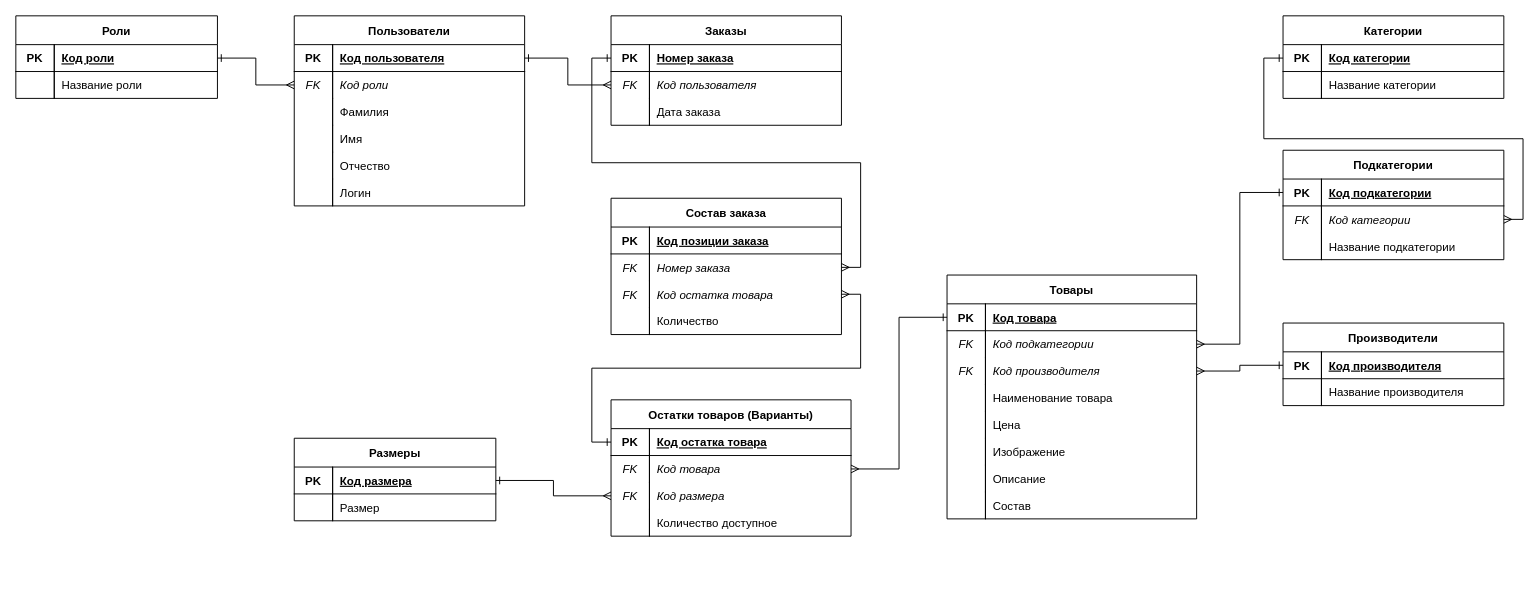
This is 3nf_new2.drawio from Amina1368/kazakbaeva-amina-software-modules, a draw.io file, before an edit. Source tidied: cells renumbered, new cells numbered last; positions are measured from the earlier drawing's top-left corner, leaving out a move shared by most shapes. Both pictures are drawn from the tidied source at 96%, with x=0, y=0 at pixel (15, 15).
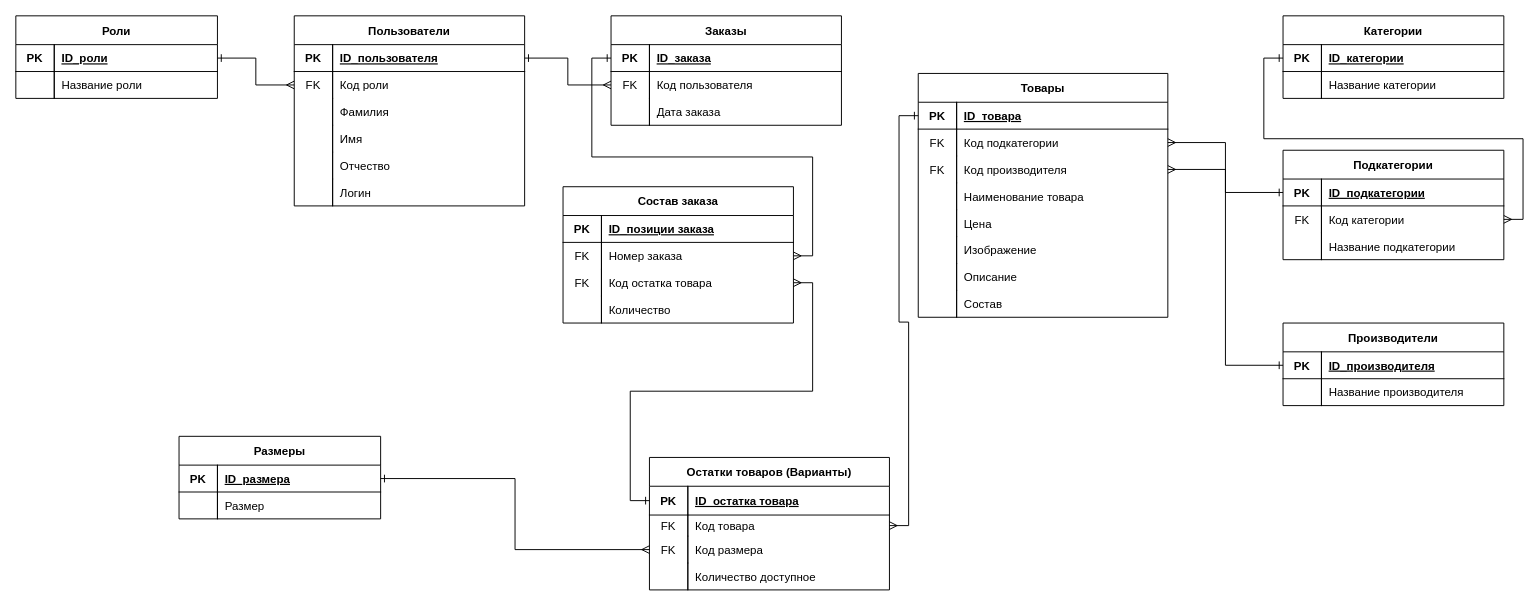
Above is the later version.

The change refers to these unchanged cells:
```xml
<mxCell id="3" style="shape=tableRow;horizontal=0;startSize=0;swimlaneHead=0;swimlaneBody=0;fillColor=none;points=[[0,0.5],[1,0.5]];portConstraint=eastwest;top=0;left=0;right=0;bottom=1;strokeColor=#000000;" parent="2" vertex="1">
  <mxGeometry y="30" width="210" height="28" as="geometry" />
</mxCell>
<mxCell id="10" style="shape=tableRow;horizontal=0;startSize=0;swimlaneHead=0;swimlaneBody=0;fillColor=none;points=[[0,0.5],[1,0.5]];portConstraint=eastwest;top=0;left=0;right=0;bottom=1;strokeColor=#000000;" parent="9" vertex="1">
  <mxGeometry y="30" width="240" height="28" as="geometry" />
</mxCell>
<mxCell id="13" style="shape=tableRow;horizontal=0;startSize=0;swimlaneHead=0;swimlaneBody=0;fillColor=none;points=[[0,0.5],[1,0.5]];portConstraint=eastwest;top=0;left=0;right=0;bottom=0;" parent="9" vertex="1">
  <mxGeometry y="58" width="240" height="28" as="geometry" />
</mxCell>
<mxCell id="29" style="shape=tableRow;horizontal=0;startSize=0;swimlaneHead=0;swimlaneBody=0;fillColor=none;points=[[0,0.5],[1,0.5]];portConstraint=eastwest;top=0;left=0;right=0;bottom=1;strokeColor=#000000;" parent="28" vertex="1">
  <mxGeometry y="30" width="240" height="28" as="geometry" />
</mxCell>
<mxCell id="32" style="shape=tableRow;horizontal=0;startSize=0;swimlaneHead=0;swimlaneBody=0;fillColor=none;points=[[0,0.5],[1,0.5]];portConstraint=eastwest;top=0;left=0;right=0;bottom=0;" parent="28" vertex="1">
  <mxGeometry y="58" width="240" height="28" as="geometry" />
</mxCell>
<mxCell id="39" style="shape=tableRow;horizontal=0;startSize=0;swimlaneHead=0;swimlaneBody=0;fillColor=none;top=0;left=0;right=0;bottom=1;strokeColor=#000000;" parent="38" vertex="1">
  <mxGeometry y="30" width="240" height="28" as="geometry" />
</mxCell>
<mxCell id="42" style="shape=tableRow;horizontal=0;startSize=0;swimlaneHead=0;swimlaneBody=0;fillColor=none;points=[[0,0.5],[1,0.5]];portConstraint=eastwest;top=0;left=0;right=0;bottom=0;" parent="38" vertex="1">
  <mxGeometry y="58" width="240" height="28" as="geometry" />
</mxCell>
<mxCell id="45" style="shape=tableRow;horizontal=0;startSize=0;swimlaneHead=0;swimlaneBody=0;fillColor=none;points=[[0,0.5],[1,0.5]];portConstraint=eastwest;top=0;left=0;right=0;bottom=0;" parent="38" vertex="1">
  <mxGeometry y="86" width="240" height="28" as="geometry" />
</mxCell>
<mxCell id="65" style="shape=tableRow;horizontal=0;startSize=0;swimlaneHead=0;swimlaneBody=0;fillColor=none;points=[[0,0.5],[1,0.5]];portConstraint=eastwest;top=0;left=0;right=0;bottom=1;strokeColor=#000000;" parent="64" vertex="1">
  <mxGeometry y="30" width="210" height="28" as="geometry" />
</mxCell>
<mxCell id="72" style="shape=tableRow;horizontal=0;startSize=0;swimlaneHead=0;swimlaneBody=0;fillColor=none;points=[[0,0.5],[1,0.5]];portConstraint=eastwest;top=0;left=0;right=0;bottom=1;strokeColor=#000000;" parent="71" vertex="1">
  <mxGeometry y="30" width="260" height="28" as="geometry" />
</mxCell>
<mxCell id="75" style="shape=tableRow;horizontal=0;startSize=0;swimlaneHead=0;swimlaneBody=0;fillColor=none;points=[[0,0.5],[1,0.5]];portConstraint=eastwest;top=0;left=0;right=0;bottom=0;" parent="71" vertex="1">
  <mxGeometry y="58" width="260" height="28" as="geometry" />
</mxCell>
<mxCell id="78" style="shape=tableRow;horizontal=0;startSize=0;swimlaneHead=0;swimlaneBody=0;fillColor=none;points=[[0,0.5],[1,0.5]];portConstraint=eastwest;top=0;left=0;right=0;bottom=0;" parent="71" vertex="1">
  <mxGeometry y="86" width="260" height="28" as="geometry" />
</mxCell>
<mxCell id="97" style="shape=tableRow;horizontal=0;startSize=0;swimlaneHead=0;swimlaneBody=0;fillColor=none;points=[[0,0.5],[1,0.5]];portConstraint=eastwest;top=0;left=0;right=0;bottom=1;strokeColor=#000000;" parent="96" vertex="1">
  <mxGeometry y="30" width="230" height="28" as="geometry" />
</mxCell>
<mxCell id="100" style="shape=tableRow;horizontal=0;startSize=0;swimlaneHead=0;swimlaneBody=0;fillColor=none;points=[[0,0.5],[1,0.5]];portConstraint=eastwest;top=0;left=0;right=0;bottom=0;" parent="96" vertex="1">
  <mxGeometry y="58" width="230" height="28" as="geometry" />
</mxCell>
<mxCell id="107" style="shape=tableRow;horizontal=0;startSize=0;swimlaneHead=0;swimlaneBody=0;fillColor=none;points=[[0,0.5],[1,0.5]];portConstraint=eastwest;top=0;left=0;right=0;bottom=1;strokeColor=#000000;" parent="106" vertex="1">
  <mxGeometry y="30" width="230" height="28" as="geometry" />
</mxCell>
<mxCell id="114" style="shape=tableRow;horizontal=0;startSize=0;swimlaneHead=0;swimlaneBody=0;fillColor=none;points=[[0,0.5],[1,0.5]];portConstraint=eastwest;top=0;left=0;right=0;bottom=1;strokeColor=#000000;" parent="113" vertex="1">
  <mxGeometry y="30" width="230" height="28" as="geometry" />
</mxCell>
```

Diff of the diagram source:
```diff
@@
-    <mxCell id="5" value="Код роли" style="shape=partialRectangle;fillColor=none;top=0;left=0;bottom=0;right=0;align=left;spacingLeft=6;fontStyle=5;overflow=hidden;verticalAlign=middle;" parent="3" vertex="1">
+    <mxCell id="5" value="ID_роли" style="shape=partialRectangle;fillColor=none;top=0;left=0;bottom=0;right=0;align=left;spacingLeft=6;fontStyle=5;overflow=hidden;verticalAlign=middle;" parent="3" vertex="1">
       <mxGeometry x="40" width="170" height="28" as="geometry" />
     </mxCell>
@@
-    <mxCell id="12" value="Код пользователя" style="shape=partialRectangle;fillColor=none;top=0;left=0;bottom=0;right=0;align=left;spacingLeft=6;fontStyle=5;overflow=hidden;verticalAlign=middle;" parent="10" vertex="1">
+    <mxCell id="12" value="ID_пользователя" style="shape=partialRectangle;fillColor=none;top=0;left=0;bottom=0;right=0;align=left;spacingLeft=6;fontStyle=5;overflow=hidden;verticalAlign=middle;" parent="10" vertex="1">
       <mxGeometry x="40" width="200" height="28" as="geometry" />
     </mxCell>
@@
-    <mxCell id="14" value="FK" style="shape=partialRectangle;fillColor=none;top=0;left=0;bottom=0;right=1;fontStyle=2;overflow=hidden;align=center;verticalAlign=middle;strokeColor=#000000;" parent="13" vertex="1">
+    <mxCell id="14" value="FK" style="shape=partialRectangle;fillColor=none;top=0;left=0;bottom=0;right=1;fontStyle=0;overflow=hidden;align=center;verticalAlign=middle;strokeColor=#000000;" parent="13" vertex="1">
       <mxGeometry width="40" height="28" as="geometry" />
     </mxCell>
-    <mxCell id="15" value="Код роли" style="shape=partialRectangle;fillColor=none;top=0;left=0;bottom=0;right=0;align=left;spacingLeft=6;fontStyle=2;overflow=hidden;verticalAlign=middle;" parent="13" vertex="1">
+    <mxCell id="15" value="Код роли" style="shape=partialRectangle;fillColor=none;top=0;left=0;bottom=0;right=0;align=left;spacingLeft=6;fontStyle=0;overflow=hidden;verticalAlign=middle;" parent="13" vertex="1">
       <mxGeometry x="40" width="200" height="28" as="geometry" />
     </mxCell>
@@
-    <mxCell id="31" value="Номер заказа" style="shape=partialRectangle;fillColor=none;top=0;left=0;bottom=0;right=0;align=left;spacingLeft=6;fontStyle=5;overflow=hidden;verticalAlign=middle;" parent="29" vertex="1">
+    <mxCell id="31" value="ID_заказа" style="shape=partialRectangle;fillColor=none;top=0;left=0;bottom=0;right=0;align=left;spacingLeft=6;fontStyle=5;overflow=hidden;verticalAlign=middle;" parent="29" vertex="1">
       <mxGeometry x="40" width="200" height="28" as="geometry" />
     </mxCell>
@@
-    <mxCell id="33" value="FK" style="shape=partialRectangle;fillColor=none;top=0;left=0;bottom=0;right=1;fontStyle=2;overflow=hidden;align=center;verticalAlign=middle;strokeColor=#000000;" parent="32" vertex="1">
+    <mxCell id="33" value="FK" style="shape=partialRectangle;fillColor=none;top=0;left=0;bottom=0;right=1;fontStyle=0;overflow=hidden;align=center;verticalAlign=middle;strokeColor=#000000;" parent="32" vertex="1">
       <mxGeometry width="40" height="28" as="geometry" />
     </mxCell>
-    <mxCell id="34" value="Код пользователя" style="shape=partialRectangle;fillColor=none;top=0;left=0;bottom=0;right=0;align=left;spacingLeft=6;fontStyle=2;overflow=hidden;verticalAlign=middle;" parent="32" vertex="1">
+    <mxCell id="34" value="Код пользователя" style="shape=partialRectangle;fillColor=none;top=0;left=0;bottom=0;right=0;align=left;spacingLeft=6;fontStyle=0;overflow=hidden;verticalAlign=middle;" parent="32" vertex="1">
       <mxGeometry x="40" width="200" height="28" as="geometry" />
     </mxCell>
@@
     <mxCell id="38" value="Состав заказа" style="shape=table;startSize=30;childLayout=tableLayout;rowLines=0;fontStyle=1;align=center;fillColor=#ffffff;strokeColor=#000000;" parent="1" vertex="1">
-      <mxGeometry x="620" y="190" width="240" height="142" as="geometry" />
+      <mxGeometry x="570" y="178" width="240" height="142" as="geometry" />
     </mxCell>
@@
-    <mxCell id="41" value="Код позиции заказа" style="shape=partialRectangle;fillColor=none;top=0;left=0;bottom=0;right=0;align=left;spacingLeft=6;fontStyle=5;overflow=hidden;verticalAlign=middle;" parent="39" vertex="1">
+    <mxCell id="41" value="ID_позиции заказа" style="shape=partialRectangle;fillColor=none;top=0;left=0;bottom=0;right=0;align=left;spacingLeft=6;fontStyle=5;overflow=hidden;verticalAlign=middle;" parent="39" vertex="1">
       <mxGeometry x="40" width="200" height="28" as="geometry" />
     </mxCell>
@@
-    <mxCell id="43" value="FK" style="shape=partialRectangle;fillColor=none;top=0;left=0;bottom=0;right=1;fontStyle=2;overflow=hidden;align=center;verticalAlign=middle;strokeColor=#000000;" parent="42" vertex="1">
+    <mxCell id="43" value="FK" style="shape=partialRectangle;fillColor=none;top=0;left=0;bottom=0;right=1;fontStyle=0;overflow=hidden;align=center;verticalAlign=middle;strokeColor=#000000;" parent="42" vertex="1">
       <mxGeometry width="40" height="28" as="geometry" />
     </mxCell>
-    <mxCell id="44" value="Номер заказа" style="shape=partialRectangle;fillColor=none;top=0;left=0;bottom=0;right=0;align=left;spacingLeft=6;fontStyle=2;overflow=hidden;verticalAlign=middle;" parent="42" vertex="1">
+    <mxCell id="44" value="Номер заказа" style="shape=partialRectangle;fillColor=none;top=0;left=0;bottom=0;right=0;align=left;spacingLeft=6;fontStyle=0;overflow=hidden;verticalAlign=middle;" parent="42" vertex="1">
       <mxGeometry x="40" width="200" height="28" as="geometry" />
     </mxCell>
@@
-    <mxCell id="46" value="FK" style="shape=partialRectangle;fillColor=none;top=0;left=0;bottom=0;right=1;fontStyle=2;overflow=hidden;align=center;verticalAlign=middle;strokeColor=#000000;" parent="45" vertex="1">
+    <mxCell id="46" value="FK" style="shape=partialRectangle;fillColor=none;top=0;left=0;bottom=0;right=1;fontStyle=0;overflow=hidden;align=center;verticalAlign=middle;strokeColor=#000000;" parent="45" vertex="1">
       <mxGeometry width="40" height="28" as="geometry" />
     </mxCell>
-    <mxCell id="47" value="Код остатка товара" style="shape=partialRectangle;fillColor=none;top=0;left=0;bottom=0;right=0;align=left;spacingLeft=6;fontStyle=2;overflow=hidden;verticalAlign=middle;" parent="45" vertex="1">
+    <mxCell id="47" value="Код остатка товара" style="shape=partialRectangle;fillColor=none;top=0;left=0;bottom=0;right=0;align=left;spacingLeft=6;fontStyle=0;overflow=hidden;verticalAlign=middle;" parent="45" vertex="1">
       <mxGeometry x="40" width="200" height="28" as="geometry" />
     </mxCell>
@@
     <mxCell id="51" value="Остатки товаров (Варианты)" style="shape=table;startSize=30;childLayout=tableLayout;rowLines=0;fontStyle=1;align=center;fillColor=#ffffff;strokeColor=#000000;" parent="1" vertex="1">
-      <mxGeometry x="620" y="400" width="250" height="142" as="geometry" />
+      <mxGeometry x="660" y="460" width="250" height="138" as="geometry" />
     </mxCell>
     <mxCell id="52" style="shape=tableRow;horizontal=0;startSize=0;swimlaneHead=0;swimlaneBody=0;fillColor=none;points=[[0,0.5],[1,0.5]];portConstraint=eastwest;top=0;left=0;right=0;bottom=1;strokeColor=#000000;" parent="51" vertex="1">
-      <mxGeometry y="30" width="250" height="28" as="geometry" />
+      <mxGeometry y="30" width="250" height="30" as="geometry" />
     </mxCell>
     <mxCell id="53" value="PK" style="shape=partialRectangle;fillColor=none;top=0;left=0;bottom=0;right=1;fontStyle=1;overflow=hidden;align=center;verticalAlign=middle;strokeColor=#000000;" parent="52" vertex="1">
-      <mxGeometry width="40" height="28" as="geometry" />
+      <mxGeometry width="40" height="30" as="geometry" />
     </mxCell>
-    <mxCell id="54" value="Код остатка товара" style="shape=partialRectangle;fillColor=none;top=0;left=0;bottom=0;right=0;align=left;spacingLeft=6;fontStyle=5;overflow=hidden;verticalAlign=middle;" parent="52" vertex="1">
-      <mxGeometry x="40" width="210" height="28" as="geometry" />
+    <mxCell id="54" value="ID_остатка товара" style="shape=partialRectangle;fillColor=none;top=0;left=0;bottom=0;right=0;align=left;spacingLeft=6;fontStyle=5;overflow=hidden;verticalAlign=middle;" parent="52" vertex="1">
+      <mxGeometry x="40" width="210" height="30" as="geometry" />
     </mxCell>
     <mxCell id="55" style="shape=tableRow;horizontal=0;startSize=0;swimlaneHead=0;swimlaneBody=0;fillColor=none;points=[[0,0.5],[1,0.5]];portConstraint=eastwest;top=0;left=0;right=0;bottom=0;" parent="51" vertex="1">
-      <mxGeometry y="58" width="250" height="28" as="geometry" />
+      <mxGeometry y="60" width="250" height="22" as="geometry" />
     </mxCell>
-    <mxCell id="56" value="FK" style="shape=partialRectangle;fillColor=none;top=0;left=0;bottom=0;right=1;fontStyle=2;overflow=hidden;align=center;verticalAlign=middle;strokeColor=#000000;" parent="55" vertex="1">
-      <mxGeometry width="40" height="28" as="geometry" />
+    <mxCell id="56" value="FK" style="shape=partialRectangle;fillColor=none;top=0;left=0;bottom=0;right=1;fontStyle=0;overflow=hidden;align=center;verticalAlign=middle;strokeColor=#000000;" parent="55" vertex="1">
+      <mxGeometry width="40" height="22" as="geometry" />
     </mxCell>
-    <mxCell id="57" value="Код товара" style="shape=partialRectangle;fillColor=none;top=0;left=0;bottom=0;right=0;align=left;spacingLeft=6;fontStyle=2;overflow=hidden;verticalAlign=middle;" parent="55" vertex="1">
-      <mxGeometry x="40" width="210" height="28" as="geometry" />
+    <mxCell id="57" value="Код товара" style="shape=partialRectangle;fillColor=none;top=0;left=0;bottom=0;right=0;align=left;spacingLeft=6;fontStyle=0;overflow=hidden;verticalAlign=middle;" parent="55" vertex="1">
+      <mxGeometry x="40" width="210" height="22" as="geometry" />
     </mxCell>
     <mxCell id="58" style="shape=tableRow;horizontal=0;startSize=0;swimlaneHead=0;swimlaneBody=0;fillColor=none;points=[[0,0.5],[1,0.5]];portConstraint=eastwest;top=0;left=0;right=0;bottom=0;" parent="51" vertex="1">
-      <mxGeometry y="86" width="250" height="28" as="geometry" />
+      <mxGeometry y="82" width="250" height="28" as="geometry" />
     </mxCell>
-    <mxCell id="59" value="FK" style="shape=partialRectangle;fillColor=none;top=0;left=0;bottom=0;right=1;fontStyle=2;overflow=hidden;align=center;verticalAlign=middle;strokeColor=#000000;" parent="58" vertex="1">
+    <mxCell id="59" value="FK" style="shape=partialRectangle;fillColor=none;top=0;left=0;bottom=0;right=1;fontStyle=0;overflow=hidden;align=center;verticalAlign=middle;strokeColor=#000000;" parent="58" vertex="1">
       <mxGeometry width="40" height="28" as="geometry" />
     </mxCell>
-    <mxCell id="60" value="Код размера" style="shape=partialRectangle;fillColor=none;top=0;left=0;bottom=0;right=0;align=left;spacingLeft=6;fontStyle=2;overflow=hidden;verticalAlign=middle;" parent="58" vertex="1">
+    <mxCell id="60" value="Код размера" style="shape=partialRectangle;fillColor=none;top=0;left=0;bottom=0;right=0;align=left;spacingLeft=6;fontStyle=0;overflow=hidden;verticalAlign=middle;" parent="58" vertex="1">
       <mxGeometry x="40" width="210" height="28" as="geometry" />
     </mxCell>
     <mxCell id="61" style="shape=tableRow;horizontal=0;startSize=0;swimlaneHead=0;swimlaneBody=0;fillColor=none;top=0;left=0;right=0;bottom=0;" parent="51" vertex="1">
-      <mxGeometry y="114" width="250" height="28" as="geometry" />
+      <mxGeometry y="110" width="250" height="28" as="geometry" />
     </mxCell>
@@
     <mxCell id="64" value="Размеры" style="shape=table;startSize=30;childLayout=tableLayout;rowLines=0;fontStyle=1;align=center;fillColor=#ffffff;strokeColor=#000000;" parent="1" vertex="1">
-      <mxGeometry x="290" y="440" width="210" height="86" as="geometry" />
+      <mxGeometry x="170" y="438" width="210" height="86" as="geometry" />
     </mxCell>
@@
-    <mxCell id="67" value="Код размера" style="shape=partialRectangle;fillColor=none;top=0;left=0;bottom=0;right=0;align=left;spacingLeft=6;fontStyle=5;overflow=hidden;verticalAlign=middle;" parent="65" vertex="1">
+    <mxCell id="67" value="ID_размера" style="shape=partialRectangle;fillColor=none;top=0;left=0;bottom=0;right=0;align=left;spacingLeft=6;fontStyle=5;overflow=hidden;verticalAlign=middle;" parent="65" vertex="1">
       <mxGeometry x="40" width="170" height="28" as="geometry" />
     </mxCell>
@@
     <mxCell id="71" value="Товары" style="shape=table;startSize=30;childLayout=tableLayout;rowLines=0;fontStyle=1;align=center;fillColor=#ffffff;strokeColor=#000000;" parent="1" vertex="1">
-      <mxGeometry x="970" y="270" width="260" height="254" as="geometry" />
+      <mxGeometry x="940" y="60" width="260" height="254" as="geometry" />
     </mxCell>
@@
-    <mxCell id="74" value="Код товара" style="shape=partialRectangle;fillColor=none;top=0;left=0;bottom=0;right=0;align=left;spacingLeft=6;fontStyle=5;overflow=hidden;verticalAlign=middle;" parent="72" vertex="1">
+    <mxCell id="74" value="ID_товара" style="shape=partialRectangle;fillColor=none;top=0;left=0;bottom=0;right=0;align=left;spacingLeft=6;fontStyle=5;overflow=hidden;verticalAlign=middle;" parent="72" vertex="1">
       <mxGeometry x="40" width="220" height="28" as="geometry" />
     </mxCell>
@@
-    <mxCell id="76" value="FK" style="shape=partialRectangle;fillColor=none;top=0;left=0;bottom=0;right=1;fontStyle=2;overflow=hidden;align=center;verticalAlign=middle;strokeColor=#000000;" parent="75" vertex="1">
+    <mxCell id="76" value="FK" style="shape=partialRectangle;fillColor=none;top=0;left=0;bottom=0;right=1;fontStyle=0;overflow=hidden;align=center;verticalAlign=middle;strokeColor=#000000;" parent="75" vertex="1">
       <mxGeometry width="40" height="28" as="geometry" />
     </mxCell>
-    <mxCell id="77" value="Код подкатегории" style="shape=partialRectangle;fillColor=none;top=0;left=0;bottom=0;right=0;align=left;spacingLeft=6;fontStyle=2;overflow=hidden;verticalAlign=middle;" parent="75" vertex="1">
+    <mxCell id="77" value="Код подкатегории" style="shape=partialRectangle;fillColor=none;top=0;left=0;bottom=0;right=0;align=left;spacingLeft=6;fontStyle=0;overflow=hidden;verticalAlign=middle;" parent="75" vertex="1">
       <mxGeometry x="40" width="220" height="28" as="geometry" />
     </mxCell>
@@
-    <mxCell id="79" value="FK" style="shape=partialRectangle;fillColor=none;top=0;left=0;bottom=0;right=1;fontStyle=2;overflow=hidden;align=center;verticalAlign=middle;strokeColor=#000000;" parent="78" vertex="1">
+    <mxCell id="79" value="FK" style="shape=partialRectangle;fillColor=none;top=0;left=0;bottom=0;right=1;fontStyle=0;overflow=hidden;align=center;verticalAlign=middle;strokeColor=#000000;" parent="78" vertex="1">
       <mxGeometry width="40" height="28" as="geometry" />
     </mxCell>
-    <mxCell id="80" value="Код производителя" style="shape=partialRectangle;fillColor=none;top=0;left=0;bottom=0;right=0;align=left;spacingLeft=6;fontStyle=2;overflow=hidden;verticalAlign=middle;" parent="78" vertex="1">
+    <mxCell id="80" value="Код производителя" style="shape=partialRectangle;fillColor=none;top=0;left=0;bottom=0;right=0;align=left;spacingLeft=6;fontStyle=0;overflow=hidden;verticalAlign=middle;" parent="78" vertex="1">
       <mxGeometry x="40" width="220" height="28" as="geometry" />
     </mxCell>
@@
-    <mxCell id="99" value="Код подкатегории" style="shape=partialRectangle;fillColor=none;top=0;left=0;bottom=0;right=0;align=left;spacingLeft=6;fontStyle=5;overflow=hidden;verticalAlign=middle;" parent="97" vertex="1">
+    <mxCell id="99" value="ID_подкатегории" style="shape=partialRectangle;fillColor=none;top=0;left=0;bottom=0;right=0;align=left;spacingLeft=6;fontStyle=5;overflow=hidden;verticalAlign=middle;" parent="97" vertex="1">
       <mxGeometry x="40" width="190" height="28" as="geometry" />
     </mxCell>
@@
-    <mxCell id="101" value="FK" style="shape=partialRectangle;fillColor=none;top=0;left=0;bottom=0;right=1;fontStyle=2;overflow=hidden;align=center;verticalAlign=middle;strokeColor=#000000;" parent="100" vertex="1">
+    <mxCell id="101" value="FK" style="shape=partialRectangle;fillColor=none;top=0;left=0;bottom=0;right=1;fontStyle=0;overflow=hidden;align=center;verticalAlign=middle;strokeColor=#000000;" parent="100" vertex="1">
       <mxGeometry width="40" height="28" as="geometry" />
     </mxCell>
-    <mxCell id="102" value="Код категории" style="shape=partialRectangle;fillColor=none;top=0;left=0;bottom=0;right=0;align=left;spacingLeft=6;fontStyle=2;overflow=hidden;verticalAlign=middle;" parent="100" vertex="1">
+    <mxCell id="102" value="Код категории" style="shape=partialRectangle;fillColor=none;top=0;left=0;bottom=0;right=0;align=left;spacingLeft=6;fontStyle=0;overflow=hidden;verticalAlign=middle;" parent="100" vertex="1">
       <mxGeometry x="40" width="190" height="28" as="geometry" />
     </mxCell>
@@
-    <mxCell id="109" value="Код категории" style="shape=partialRectangle;fillColor=none;top=0;left=0;bottom=0;right=0;align=left;spacingLeft=6;fontStyle=5;overflow=hidden;verticalAlign=middle;" parent="107" vertex="1">
+    <mxCell id="109" value="ID_категории" style="shape=partialRectangle;fillColor=none;top=0;left=0;bottom=0;right=0;align=left;spacingLeft=6;fontStyle=5;overflow=hidden;verticalAlign=middle;" parent="107" vertex="1">
       <mxGeometry x="40" width="190" height="28" as="geometry" />
     </mxCell>
@@
-    <mxCell id="116" value="Код производителя" style="shape=partialRectangle;fillColor=none;top=0;left=0;bottom=0;right=0;align=left;spacingLeft=6;fontStyle=5;overflow=hidden;verticalAlign=middle;" parent="114" vertex="1">
+    <mxCell id="116" value="ID_производителя" style="shape=partialRectangle;fillColor=none;top=0;left=0;bottom=0;right=0;align=left;spacingLeft=6;fontStyle=5;overflow=hidden;verticalAlign=middle;" parent="114" vertex="1">
       <mxGeometry x="40" width="190" height="28" as="geometry" />
     </mxCell>
```
